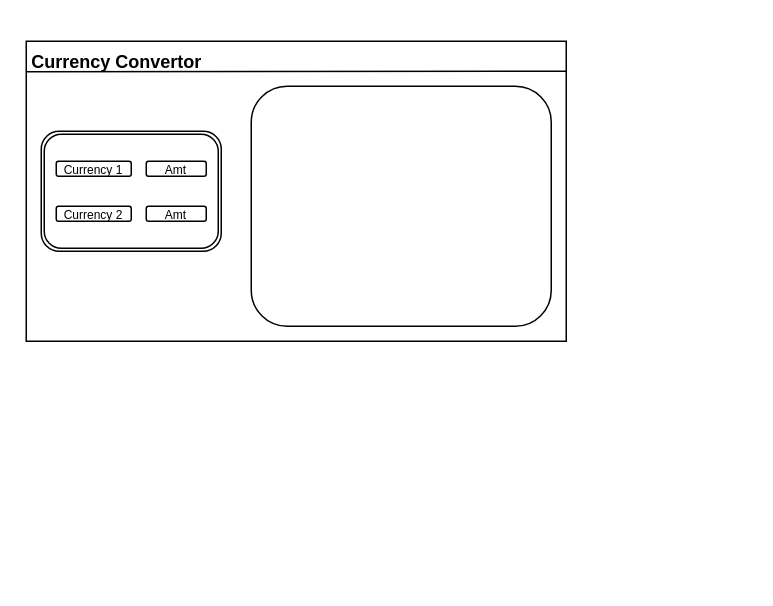
sydg1t/currency-convertor keeps this draw.io diagram as currency-convertor.drawio. Above is the earlier version. Source tidied: cells renumbered, new cells numbered last; positions are measured from the earlier drawing's top-left corner, leaving out a move shared by most shapes. Both pictures are drawn from the tidied source at 150%, with x=0, y=0 at pixel (26, 26).
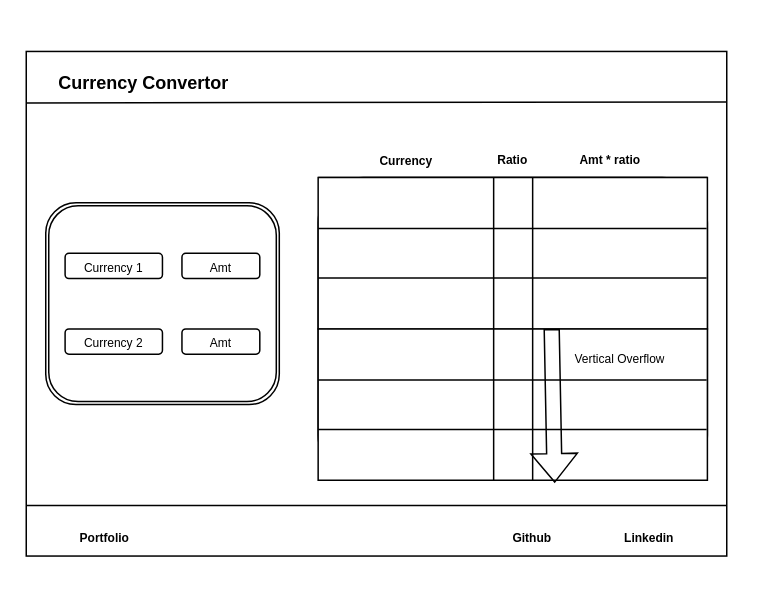
After the change.

The edit, as a diff of the source:
```diff
@@
+    <mxCell id="11" style="group;" parent="1" vertex="1">
+      <mxGeometry width="480" height="370" as="geometry" />
+    </mxCell>
-    <mxCell id="2" style="rounded=0;whiteSpace=wrap;html=1;" parent="1" vertex="1">
-      <mxGeometry y="10" width="360" height="200" as="geometry" />
+    <mxCell id="2" style="rounded=0;whiteSpace=wrap;html=1;" parent="11" vertex="1">
+      <mxGeometry y="16.8" width="467" height="336.4" as="geometry" />
     </mxCell>
-    <mxCell id="3" style="endArrow=none;html=1;rounded=0;entryX=0;entryY=0.102;entryDx=0;entryDy=0;entryPerimeter=0;" parent="1" edge="1" target="2">
+    <mxCell id="3" style="endArrow=none;html=1;rounded=0;entryX=0;entryY=0.102;entryDx=0;entryDy=0;entryPerimeter=0;" parent="11" edge="1" target="2">
       <mxGeometry relative="1" as="geometry">
-        <mxPoint x="360" y="30" as="sourcePoint" />
+        <mxPoint x="467" y="50.5" as="sourcePoint" />
       </mxGeometry>
     </mxCell>
-    <mxCell id="4" value="&lt;font style=&quot;font-size: 12px;&quot;&gt;Currency Convertor&lt;/font&gt;" style="text;strokeColor=none;fillColor=none;html=1;fontSize=24;fontStyle=1;verticalAlign=middle;align=center;" parent="1" vertex="1">
-      <mxGeometry x="10" width="100" height="40" as="geometry" />
+    <mxCell id="4" value="&lt;font style=&quot;font-size: 12px;&quot;&gt;Currency Convertor&lt;/font&gt;" style="text;strokeColor=none;fillColor=none;html=1;fontSize=24;fontStyle=1;verticalAlign=middle;align=center;" parent="11" vertex="1">
+      <mxGeometry x="13" width="129.7" height="67.3" as="geometry" />
     </mxCell>
-    <mxCell id="5" style="shape=ext;double=1;rounded=1;whiteSpace=wrap;html=1;" parent="1" vertex="1">
-      <mxGeometry x="10" y="70" width="120" height="80" as="geometry" />
+    <mxCell id="5" style="shape=ext;double=1;rounded=1;whiteSpace=wrap;html=1;" parent="11" vertex="1">
+      <mxGeometry x="13" y="117.7" width="155.7" height="134.5" as="geometry" />
     </mxCell>
-    <mxCell id="6" value="&lt;font style=&quot;font-size: 8px;&quot;&gt;Currency 1&lt;/font&gt;" style="rounded=1;whiteSpace=wrap;html=1;" parent="1" vertex="1">
-      <mxGeometry x="20" y="90" width="50" height="10" as="geometry" />
+    <mxCell id="6" value="&lt;font style=&quot;font-size: 8px;&quot;&gt;Currency 1&lt;/font&gt;" style="rounded=1;whiteSpace=wrap;html=1;" parent="11" vertex="1">
+      <mxGeometry x="25.9" y="151.4" width="64.9" height="16.8" as="geometry" />
     </mxCell>
-    <mxCell id="7" value="&lt;font style=&quot;font-size: 8px;&quot;&gt;Amt&lt;/font&gt;" style="rounded=1;whiteSpace=wrap;html=1;" parent="1" vertex="1">
-      <mxGeometry x="80" y="90" width="40" height="10" as="geometry" />
+    <mxCell id="7" value="&lt;font style=&quot;font-size: 8px;&quot;&gt;Amt&lt;/font&gt;" style="rounded=1;whiteSpace=wrap;html=1;" parent="11" vertex="1">
+      <mxGeometry x="103.8" y="151.4" width="51.9" height="16.8" as="geometry" />
     </mxCell>
-    <mxCell id="8" value="&lt;font style=&quot;font-size: 8px;&quot;&gt;Currency 2&lt;br&gt;&lt;/font&gt;" style="rounded=1;whiteSpace=wrap;html=1;" parent="1" vertex="1">
-      <mxGeometry x="20" y="120" width="50" height="10" as="geometry" />
+    <mxCell id="8" value="&lt;font style=&quot;font-size: 8px;&quot;&gt;Currency 2&lt;br&gt;&lt;/font&gt;" style="rounded=1;whiteSpace=wrap;html=1;" parent="11" vertex="1">
+      <mxGeometry x="25.9" y="201.8" width="64.9" height="16.8" as="geometry" />
     </mxCell>
-    <mxCell id="9" value="&lt;font style=&quot;font-size: 8px;&quot;&gt;Amt&lt;/font&gt;" style="rounded=1;whiteSpace=wrap;html=1;" parent="1" vertex="1">
-      <mxGeometry x="80" y="120" width="40" height="10" as="geometry" />
+    <mxCell id="9" value="&lt;font style=&quot;font-size: 8px;&quot;&gt;Amt&lt;/font&gt;" style="rounded=1;whiteSpace=wrap;html=1;" parent="11" vertex="1">
+      <mxGeometry x="103.8" y="201.8" width="51.9" height="16.8" as="geometry" />
     </mxCell>
-    <mxCell id="10" style="rounded=1;whiteSpace=wrap;html=1;" parent="1" vertex="1">
-      <mxGeometry x="150" y="40" width="200" height="160" as="geometry" />
+    <mxCell id="10" style="rounded=1;whiteSpace=wrap;html=1;" parent="11" vertex="1">
+      <mxGeometry x="194.6" y="100.9" width="259.5" height="201.8" as="geometry" />
     </mxCell>
+    <mxCell id="12" style="endArrow=none;html=1;rounded=0;exitX=1;exitY=0.25;exitDx=0;exitDy=0;entryX=0;entryY=0.25;entryDx=0;entryDy=0;" parent="11" edge="1">
+      <mxGeometry relative="1" as="geometry">
+        <mxPoint x="454.1" y="100.9" as="sourcePoint" />
+        <mxPoint x="194.6" y="100.9" as="targetPoint" />
+      </mxGeometry>
+    </mxCell>
+    <mxCell id="13" style="shape=table;startSize=0;childLayout=tableLayout;fontSize=16;" parent="11" vertex="1">
+      <mxGeometry x="194.6" y="100.9" width="259.5" height="100.9" as="geometry" />
+    </mxCell>
+    <mxCell id="14" style="shape=tableRow;horizontal=0;startSize=0;swimlaneHead=0;swimlaneBody=0;strokeColor=inherit;top=0;left=0;bottom=0;right=0;fillColor=none;fontSize=16;" parent="13" vertex="1">
+      <mxGeometry width="259.5" height="34" as="geometry" />
+    </mxCell>
+    <mxCell id="15" style="shape=partialRectangle;html=1;whiteSpace=wrap;strokeColor=inherit;overflow=hidden;fillColor=none;top=0;left=0;bottom=0;right=0;fontSize=16;" parent="14" vertex="1">
+      <mxGeometry width="117" height="34" as="geometry" />
+    </mxCell>
+    <mxCell id="16" style="shape=partialRectangle;html=1;whiteSpace=wrap;strokeColor=inherit;overflow=hidden;fillColor=none;top=0;left=0;bottom=0;right=0;fontSize=16;" parent="14" vertex="1">
+      <mxGeometry x="117" width="26" height="34" as="geometry" />
+    </mxCell>
+    <mxCell id="17" style="shape=partialRectangle;html=1;whiteSpace=wrap;strokeColor=inherit;overflow=hidden;fillColor=none;top=0;left=0;bottom=0;right=0;fontSize=16;" parent="14" vertex="1">
+      <mxGeometry x="143" width="116" height="34" as="geometry" />
+    </mxCell>
+    <mxCell id="18" style="shape=tableRow;horizontal=0;startSize=0;swimlaneHead=0;swimlaneBody=0;strokeColor=inherit;top=0;left=0;bottom=0;right=0;fillColor=none;fontSize=16;" parent="13" vertex="1">
+      <mxGeometry y="34" width="259.5" height="33" as="geometry" />
+    </mxCell>
+    <mxCell id="19" style="shape=partialRectangle;html=1;whiteSpace=wrap;strokeColor=inherit;overflow=hidden;fillColor=none;top=0;left=0;bottom=0;right=0;fontSize=16;" parent="18" vertex="1">
+      <mxGeometry width="117" height="33" as="geometry" />
+    </mxCell>
+    <mxCell id="20" style="shape=partialRectangle;html=1;whiteSpace=wrap;strokeColor=inherit;overflow=hidden;fillColor=none;top=0;left=0;bottom=0;right=0;fontSize=16;" parent="18" vertex="1">
+      <mxGeometry x="117" width="26" height="33" as="geometry" />
+    </mxCell>
+    <mxCell id="21" style="shape=partialRectangle;html=1;whiteSpace=wrap;strokeColor=inherit;overflow=hidden;fillColor=none;top=0;left=0;bottom=0;right=0;fontSize=16;" parent="18" vertex="1">
+      <mxGeometry x="143" width="116" height="33" as="geometry" />
+    </mxCell>
+    <mxCell id="22" style="shape=tableRow;horizontal=0;startSize=0;swimlaneHead=0;swimlaneBody=0;strokeColor=inherit;top=0;left=0;bottom=0;right=0;fillColor=none;fontSize=16;" parent="13" vertex="1">
+      <mxGeometry y="67" width="259.5" height="34" as="geometry" />
+    </mxCell>
+    <mxCell id="23" style="shape=partialRectangle;html=1;whiteSpace=wrap;strokeColor=inherit;overflow=hidden;fillColor=none;top=0;left=0;bottom=0;right=0;fontSize=16;" parent="22" vertex="1">
+      <mxGeometry width="117" height="34" as="geometry" />
+    </mxCell>
+    <mxCell id="24" style="shape=partialRectangle;html=1;whiteSpace=wrap;strokeColor=inherit;overflow=hidden;fillColor=none;top=0;left=0;bottom=0;right=0;fontSize=16;" parent="22" vertex="1">
+      <mxGeometry x="117" width="26" height="34" as="geometry" />
+    </mxCell>
+    <mxCell id="25" style="shape=partialRectangle;html=1;whiteSpace=wrap;strokeColor=inherit;overflow=hidden;fillColor=none;top=0;left=0;bottom=0;right=0;fontSize=16;" parent="22" vertex="1">
+      <mxGeometry x="143" width="116" height="34" as="geometry" />
+    </mxCell>
+    <mxCell id="26" style="shape=table;startSize=0;childLayout=tableLayout;fontSize=16;" parent="11" vertex="1">
+      <mxGeometry x="194.6" y="201.8" width="259.5" height="100.9" as="geometry" />
+    </mxCell>
+    <mxCell id="27" style="shape=tableRow;horizontal=0;startSize=0;swimlaneHead=0;swimlaneBody=0;strokeColor=inherit;top=0;left=0;bottom=0;right=0;fillColor=none;fontSize=16;" parent="26" vertex="1">
+      <mxGeometry width="259.5" height="34" as="geometry" />
+    </mxCell>
+    <mxCell id="28" style="shape=partialRectangle;html=1;whiteSpace=wrap;strokeColor=inherit;overflow=hidden;fillColor=none;top=0;left=0;bottom=0;right=0;fontSize=16;" parent="27" vertex="1">
+      <mxGeometry width="117" height="34" as="geometry" />
+    </mxCell>
+    <mxCell id="29" style="shape=partialRectangle;html=1;whiteSpace=wrap;strokeColor=inherit;overflow=hidden;fillColor=none;top=0;left=0;bottom=0;right=0;fontSize=16;" parent="27" vertex="1">
+      <mxGeometry x="117" width="26" height="34" as="geometry" />
+    </mxCell>
+    <mxCell id="30" value="&lt;font style=&quot;font-size: 8px;&quot;&gt;Vertical Overflow&lt;/font&gt;" style="shape=partialRectangle;html=1;whiteSpace=wrap;strokeColor=inherit;overflow=hidden;fillColor=none;top=0;left=0;bottom=0;right=0;fontSize=16;" parent="27" vertex="1">
+      <mxGeometry x="143" width="116" height="34" as="geometry" />
+    </mxCell>
+    <mxCell id="31" style="shape=tableRow;horizontal=0;startSize=0;swimlaneHead=0;swimlaneBody=0;strokeColor=inherit;top=0;left=0;bottom=0;right=0;fillColor=none;fontSize=16;" parent="26" vertex="1">
+      <mxGeometry y="34" width="259.5" height="33" as="geometry" />
+    </mxCell>
+    <mxCell id="32" style="shape=partialRectangle;html=1;whiteSpace=wrap;strokeColor=inherit;overflow=hidden;fillColor=none;top=0;left=0;bottom=0;right=0;fontSize=16;" parent="31" vertex="1">
+      <mxGeometry width="117" height="33" as="geometry" />
+    </mxCell>
+    <mxCell id="33" style="shape=partialRectangle;html=1;whiteSpace=wrap;strokeColor=inherit;overflow=hidden;fillColor=none;top=0;left=0;bottom=0;right=0;fontSize=16;" parent="31" vertex="1">
+      <mxGeometry x="117" width="26" height="33" as="geometry" />
+    </mxCell>
+    <mxCell id="34" style="shape=partialRectangle;html=1;whiteSpace=wrap;strokeColor=inherit;overflow=hidden;fillColor=none;top=0;left=0;bottom=0;right=0;fontSize=16;" parent="31" vertex="1">
+      <mxGeometry x="143" width="116" height="33" as="geometry" />
+    </mxCell>
+    <mxCell id="35" style="shape=tableRow;horizontal=0;startSize=0;swimlaneHead=0;swimlaneBody=0;strokeColor=inherit;top=0;left=0;bottom=0;right=0;fillColor=none;fontSize=16;" parent="26" vertex="1">
+      <mxGeometry y="67" width="259.5" height="34" as="geometry" />
+    </mxCell>
+    <mxCell id="36" style="shape=partialRectangle;html=1;whiteSpace=wrap;strokeColor=inherit;overflow=hidden;fillColor=none;top=0;left=0;bottom=0;right=0;fontSize=16;" parent="35" vertex="1">
+      <mxGeometry width="117" height="34" as="geometry" />
+    </mxCell>
+    <mxCell id="37" style="shape=partialRectangle;html=1;whiteSpace=wrap;strokeColor=inherit;overflow=hidden;fillColor=none;top=0;left=0;bottom=0;right=0;fontSize=16;" parent="35" vertex="1">
+      <mxGeometry x="117" width="26" height="34" as="geometry" />
+    </mxCell>
+    <mxCell id="38" style="shape=partialRectangle;html=1;whiteSpace=wrap;strokeColor=inherit;overflow=hidden;fillColor=none;top=0;left=0;bottom=0;right=0;fontSize=16;" parent="35" vertex="1">
+      <mxGeometry x="143" width="116" height="34" as="geometry" />
+    </mxCell>
+    <mxCell id="39" value="&lt;font style=&quot;font-size: 8px;&quot;&gt;Currency&lt;/font&gt;" style="text;strokeColor=none;fillColor=none;html=1;fontSize=24;fontStyle=1;verticalAlign=middle;align=center;" parent="11" vertex="1">
+      <mxGeometry x="207.6" y="84.1" width="90.8" as="geometry" />
+    </mxCell>
+    <mxCell id="40" value="&lt;font style=&quot;font-size: 8px;&quot;&gt;Ratio&lt;/font&gt;" style="text;strokeColor=none;fillColor=none;html=1;fontSize=24;fontStyle=1;verticalAlign=middle;align=center;" parent="11" vertex="1">
+      <mxGeometry x="298.4" y="67.3" width="51.9" height="33.6" as="geometry" />
+    </mxCell>
+    <mxCell id="41" value="&lt;font style=&quot;font-size: 8px;&quot;&gt;Amt * ratio&lt;/font&gt;" style="text;strokeColor=none;fillColor=none;html=1;fontSize=24;fontStyle=1;verticalAlign=middle;align=center;" parent="11" vertex="1">
+      <mxGeometry x="324.3" y="50.5" width="129.7" height="67.3" as="geometry" />
+    </mxCell>
+    <mxCell id="42" style="endArrow=none;html=1;rounded=0;entryX=0;entryY=0;entryDx=0;entryDy=0;" parent="11" edge="1" target="43">
+      <mxGeometry relative="1" as="geometry">
+        <mxPoint x="467" y="319.5" as="sourcePoint" />
+      </mxGeometry>
+    </mxCell>
+    <mxCell id="43" value="&lt;font style=&quot;font-size: 8px;&quot;&gt;Portfolio&lt;/font&gt;" style="text;strokeColor=none;fillColor=none;html=1;fontSize=24;fontStyle=1;verticalAlign=middle;align=center;" parent="11" vertex="1">
+      <mxGeometry y="319.5" width="103.8" height="33.6" as="geometry" />
+    </mxCell>
+    <mxCell id="44" style="shape=flexArrow;endArrow=classic;html=1;rounded=0;entryX=0.103;entryY=1.017;entryDx=0;entryDy=0;entryPerimeter=0;exitX=0.095;exitY=-0.033;exitDx=0;exitDy=0;exitPerimeter=0;" parent="11" edge="1">
+      <mxGeometry relative="1" as="geometry">
+        <mxPoint x="350.3" y="201.8" as="sourcePoint" />
+        <mxPoint x="352.3" y="304.4" as="targetPoint" />
+      </mxGeometry>
+    </mxCell>
+    <mxCell id="45" value="&lt;font style=&quot;font-size: 8px;&quot;&gt;Github&lt;/font&gt;" style="text;strokeColor=none;fillColor=none;html=1;fontSize=24;fontStyle=1;verticalAlign=middle;align=center;" parent="11" vertex="1">
+      <mxGeometry x="272.4" y="302.7" width="129.7" height="67.3" as="geometry" />
+    </mxCell>
+    <mxCell id="46" value="&lt;font style=&quot;font-size: 8px;&quot;&gt;Linkedin&lt;/font&gt;" style="text;strokeColor=none;fillColor=none;html=1;fontSize=24;fontStyle=1;verticalAlign=middle;align=center;" parent="11" vertex="1">
+      <mxGeometry x="350.3" y="302.7" width="129.7" height="67.3" as="geometry" />
+    </mxCell>
```
